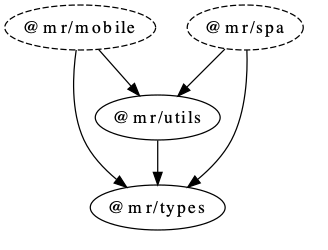
This is dependency-graph.dot.png from joaoantunes87/monorepo, a Graphviz export, as it was before one commit. Its source is kept beside it as dependency-graph.dot. Its diagram source:
```dot
digraph G {
  "@mr/mobile" [ style = "dashed" ];
  "@mr/types";
  "@mr/utils";
  "@mr/spa" [ style = "dashed" ];
  "@mr/mobile" -> "@mr/types";
  "@mr/mobile" -> "@mr/utils";
  "@mr/spa" -> "@mr/types";
  "@mr/spa" -> "@mr/utils";
  "@mr/utils" -> "@mr/types";
}
```
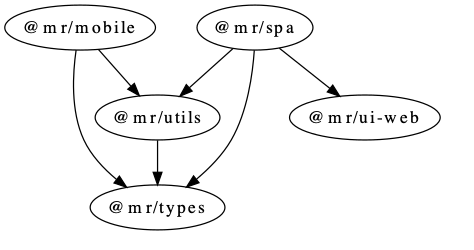
The same file after the commit.

What changed in the source:
```diff
@@ -1,11 +1,13 @@
 digraph G {
-  "@mr/mobile" [ style = "dashed" ];
+  "@mr/mobile";
   "@mr/types";
   "@mr/utils";
-  "@mr/spa" [ style = "dashed" ];
+  "@mr/spa";
+  "@mr/ui-web";
   "@mr/mobile" -> "@mr/types";
   "@mr/mobile" -> "@mr/utils";
   "@mr/spa" -> "@mr/types";
+  "@mr/spa" -> "@mr/ui-web";
   "@mr/spa" -> "@mr/utils";
   "@mr/utils" -> "@mr/types";
 }
```
